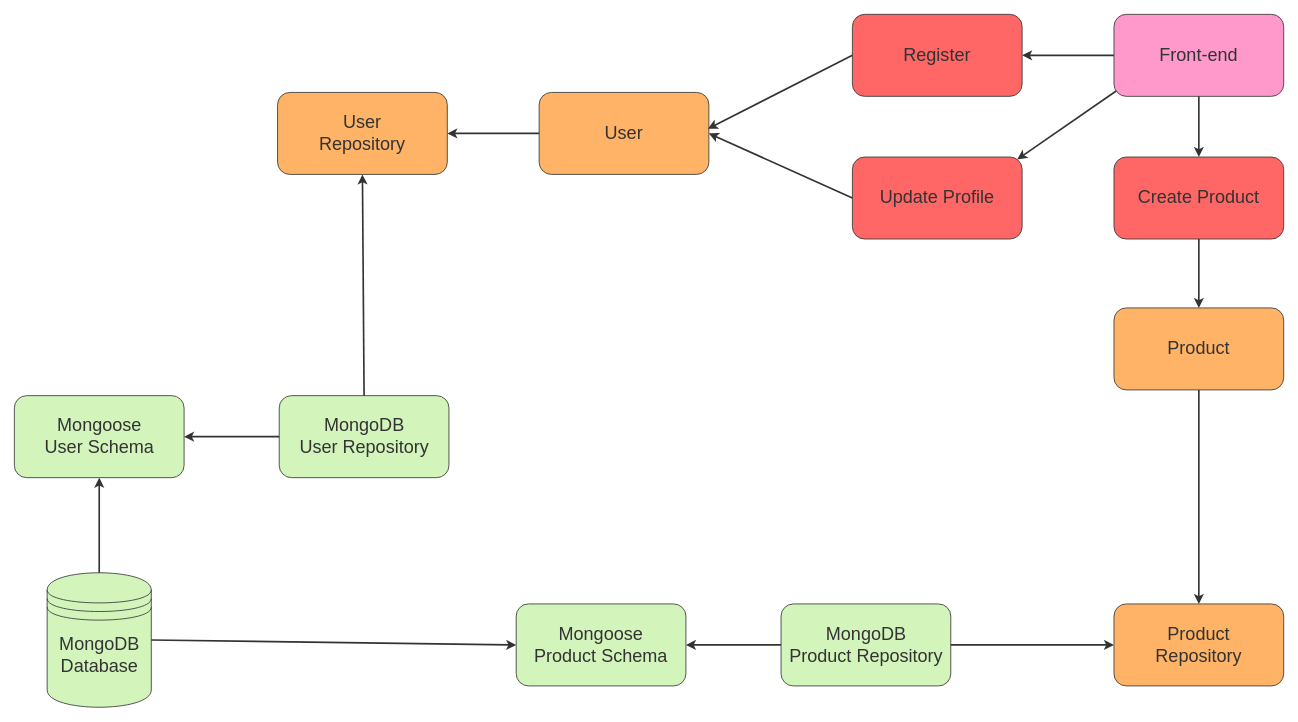
The draw.io diagram docs/diagrams/architecture-with-examples.drawio in MathisJANKOVIC/EatInGreen, before the edit. Source tidied: cells renumbered, new cells numbered last; positions are measured from the earlier drawing's top-left corner, leaving out a move shared by most shapes. Both pictures are drawn from the tidied source at 82%, with x=0, y=0 at pixel (14, 14).
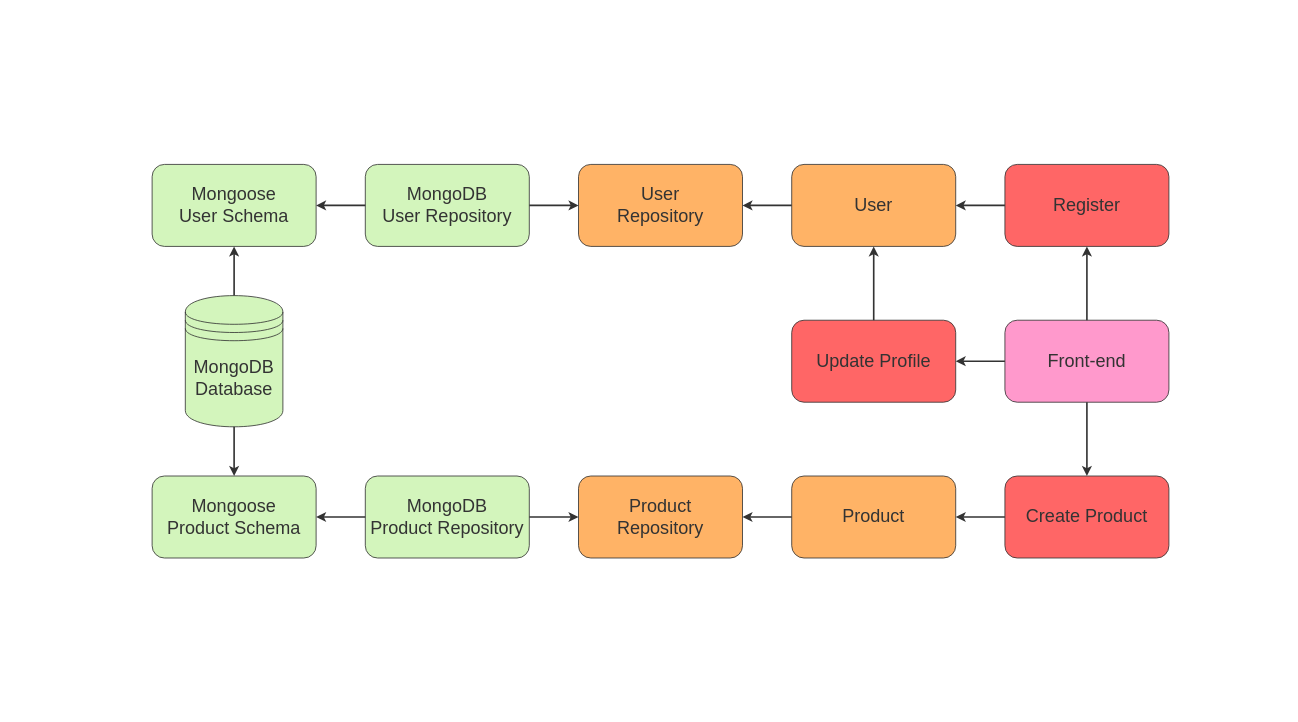
The same diagram, later.

Commit message:
Fix architecture-with-examples

What changed in the source:
```diff
@@
     <mxCell id="2" style="shape=datastore;whiteSpace=wrap;html=1;strokeColor=#333333;fillColor=#D3F5BC;" parent="1" vertex="1">
-      <mxGeometry x="40" y="681" width="127" height="164" as="geometry" />
+      <mxGeometry x="208.5" y="343" width="119" height="160" as="geometry" />
     </mxCell>
     <mxCell id="3" value="&lt;font style=&quot;font-size: 22px;&quot; color=&quot;#333333&quot;&gt;MongoDB Database&lt;/font&gt;" style="text;strokeColor=none;align=center;fillColor=none;html=1;verticalAlign=middle;whiteSpace=wrap;rounded=0;" parent="1" vertex="1">
-      <mxGeometry x="59.5" y="753" width="88" height="58" as="geometry" />
+      <mxGeometry x="224" y="415" width="88" height="58" as="geometry" />
     </mxCell>
-    <mxCell id="4" style="rounded=1;whiteSpace=wrap;html=1;strokeColor=#333333;fontColor=#333333;fillColor=#FF99CC;" parent="1" vertex="1">
-      <mxGeometry x="1341" width="207" height="100" as="geometry" />
+    <mxCell id="4" value="&lt;span style=&quot;font-size: 22px;&quot;&gt;Front-end&lt;/span&gt;" style="rounded=1;whiteSpace=wrap;html=1;strokeColor=#333333;fontColor=#333333;fillColor=#FF99CC;" parent="1" vertex="1">
+      <mxGeometry x="1208" y="373" width="200" height="100" as="geometry" />
     </mxCell>
-    <mxCell id="5" value="&lt;span style=&quot;color: rgb(51, 51, 51);&quot;&gt;&lt;font style=&quot;&quot;&gt;&lt;font style=&quot;font-size: 22px;&quot;&gt;Front-end&lt;/font&gt;&lt;br&gt;&lt;/font&gt;&lt;/span&gt;" style="text;strokeColor=none;align=center;fillColor=none;html=1;verticalAlign=middle;whiteSpace=wrap;rounded=0;dashed=1;dashPattern=8 8;fontSize=18;fontColor=#1A3300;" parent="1" vertex="1">
-      <mxGeometry x="1381.2" y="25.2" width="126.5" height="49.5" as="geometry" />
-    </mxCell>
-    <mxCell id="6" style="rounded=1;whiteSpace=wrap;html=1;strokeColor=#333333;fontColor=#333333;fillColor=#FF6666;" parent="1" vertex="1">
-      <mxGeometry x="1022" width="207" height="100" as="geometry" />
+    <mxCell id="6" value="&lt;span style=&quot;font-size: 22px;&quot;&gt;Register&lt;/span&gt;" style="rounded=1;whiteSpace=wrap;html=1;strokeColor=#333333;fontColor=#333333;fillColor=#FF6666;" parent="1" vertex="1">
+      <mxGeometry x="1208" y="183" width="200" height="100" as="geometry" />
     </mxCell>
-    <mxCell id="7" value="&lt;span style=&quot;color: rgb(51, 51, 51);&quot;&gt;&lt;font style=&quot;&quot;&gt;&lt;span style=&quot;font-size: 22px;&quot;&gt;Register&lt;/span&gt;&lt;br&gt;&lt;/font&gt;&lt;/span&gt;" style="text;strokeColor=none;align=center;fillColor=none;html=1;verticalAlign=middle;whiteSpace=wrap;rounded=0;dashed=1;dashPattern=8 8;fontSize=18;fontColor=#1A3300;" parent="1" vertex="1">
-      <mxGeometry x="1050.1" y="21.2" width="150.8" height="57.5" as="geometry" />
-    </mxCell>
-    <mxCell id="8" style="rounded=1;whiteSpace=wrap;html=1;strokeColor=#333333;fontColor=#333333;fillColor=#FF6666;" parent="1" vertex="1">
-      <mxGeometry x="1022" y="174" width="207" height="100" as="geometry" />
+    <mxCell id="8" value="&lt;span style=&quot;font-size: 22px;&quot;&gt;Update Profile&lt;/span&gt;" style="rounded=1;whiteSpace=wrap;html=1;strokeColor=#333333;fontColor=#333333;fillColor=#FF6666;" parent="1" vertex="1">
+      <mxGeometry x="948" y="373" width="200" height="100" as="geometry" />
     </mxCell>
-    <mxCell id="9" value="&lt;span style=&quot;color: rgb(51, 51, 51);&quot;&gt;&lt;font style=&quot;&quot;&gt;&lt;font style=&quot;font-size: 22px;&quot;&gt;Update Profile&lt;/font&gt;&lt;br&gt;&lt;/font&gt;&lt;/span&gt;" style="text;strokeColor=none;align=center;fillColor=none;html=1;verticalAlign=middle;whiteSpace=wrap;rounded=0;dashed=1;dashPattern=8 8;fontSize=18;fontColor=#1A3300;" parent="1" vertex="1">
-      <mxGeometry x="1050.1" y="195.2" width="150.8" height="57.5" as="geometry" />
-    </mxCell>
-    <mxCell id="10" style="rounded=1;whiteSpace=wrap;html=1;strokeColor=#333333;fontColor=#333333;fillColor=#FF6666;" parent="1" vertex="1">
-      <mxGeometry x="1341" y="174" width="207" height="100" as="geometry" />
+    <mxCell id="10" value="&lt;span style=&quot;font-size: 22px;&quot;&gt;Create Product&lt;/span&gt;" style="rounded=1;whiteSpace=wrap;html=1;strokeColor=#333333;fontColor=#333333;fillColor=#FF6666;" parent="1" vertex="1">
+      <mxGeometry x="1208" y="563" width="200" height="100" as="geometry" />
     </mxCell>
-    <mxCell id="11" value="&lt;span style=&quot;color: rgb(51, 51, 51);&quot;&gt;&lt;font style=&quot;&quot;&gt;&lt;font style=&quot;font-size: 22px;&quot;&gt;Create Product&lt;/font&gt;&lt;br&gt;&lt;/font&gt;&lt;/span&gt;" style="text;strokeColor=none;align=center;fillColor=none;html=1;verticalAlign=middle;whiteSpace=wrap;rounded=0;dashed=1;dashPattern=8 8;fontSize=18;fontColor=#1A3300;" parent="1" vertex="1">
-      <mxGeometry x="1369.1" y="195.2" width="150.8" height="57.5" as="geometry" />
-    </mxCell>
-    <mxCell id="12" style="endArrow=classic;html=1;fontSize=22;entryX=1;entryY=0.5;entryDx=0;entryDy=0;exitX=0;exitY=0.5;exitDx=0;exitDy=0;strokeColor=#333333;strokeWidth=2;" parent="1" edge="1" source="4" target="6">
+    <mxCell id="12" style="endArrow=classic;html=1;fontSize=22;strokeColor=#333333;strokeWidth=2;" parent="1" edge="1" source="4" target="6">
       <mxGeometry relative="1" as="geometry" />
     </mxCell>
-    <mxCell id="13" style="endArrow=classic;html=1;fontSize=22;entryX=0.971;entryY=0.029;entryDx=0;entryDy=0;strokeColor=#333333;strokeWidth=2;entryPerimeter=0;exitX=0.013;exitY=0.935;exitDx=0;exitDy=0;exitPerimeter=0;" parent="1" edge="1" source="4" target="8">
+    <mxCell id="13" style="endArrow=classic;html=1;fontSize=22;strokeColor=#333333;strokeWidth=2;" parent="1" edge="1" source="4" target="8">
       <mxGeometry relative="1" as="geometry" />
     </mxCell>
-    <mxCell id="14" style="endArrow=classic;html=1;fontSize=22;entryX=0.5;entryY=0;entryDx=0;entryDy=0;strokeColor=#333333;strokeWidth=2;exitX=0.5;exitY=1;exitDx=0;exitDy=0;" parent="1" edge="1" source="4" target="10">
+    <mxCell id="14" style="endArrow=classic;html=1;fontSize=22;strokeColor=#333333;strokeWidth=2;" parent="1" edge="1" source="4" target="10">
       <mxGeometry relative="1" as="geometry" />
     </mxCell>
-    <mxCell id="15" style="rounded=1;whiteSpace=wrap;html=1;strokeColor=#333333;fontColor=#333333;fillColor=#FFB366;" parent="1" vertex="1">
-      <mxGeometry x="1341" y="358" width="207" height="100" as="geometry" />
+    <mxCell id="15" value="&lt;span style=&quot;font-size: 22px;&quot;&gt;Product&lt;/span&gt;" style="rounded=1;whiteSpace=wrap;html=1;strokeColor=#333333;fontColor=#333333;fillColor=#FFB366;" parent="1" vertex="1">
+      <mxGeometry x="948" y="563" width="200" height="100" as="geometry" />
     </mxCell>
-    <mxCell id="16" value="&lt;span style=&quot;color: rgb(51, 51, 51);&quot;&gt;&lt;font style=&quot;&quot;&gt;&lt;font style=&quot;font-size: 22px;&quot;&gt;Product&lt;/font&gt;&lt;br&gt;&lt;/font&gt;&lt;/span&gt;" style="text;strokeColor=none;align=center;fillColor=none;html=1;verticalAlign=middle;whiteSpace=wrap;rounded=0;dashed=1;dashPattern=8 8;fontSize=18;fontColor=#1A3300;" parent="1" vertex="1">
-      <mxGeometry x="1369.1" y="379.2" width="150.8" height="57.5" as="geometry" />
-    </mxCell>
-    <mxCell id="17" style="rounded=1;whiteSpace=wrap;html=1;strokeColor=#333333;fontColor=#333333;fillColor=#FFB366;" parent="1" vertex="1">
-      <mxGeometry x="640" y="95.2" width="207" height="100" as="geometry" />
+    <mxCell id="17" value="&lt;span style=&quot;font-size: 22px;&quot;&gt;User&lt;/span&gt;" style="rounded=1;whiteSpace=wrap;html=1;strokeColor=#333333;fontColor=#333333;fillColor=#FFB366;" parent="1" vertex="1">
+      <mxGeometry x="948" y="183" width="200" height="100" as="geometry" />
     </mxCell>
-    <mxCell id="18" value="&lt;span style=&quot;color: rgb(51, 51, 51);&quot;&gt;&lt;font style=&quot;&quot;&gt;&lt;font style=&quot;font-size: 22px;&quot;&gt;User&lt;/font&gt;&lt;br&gt;&lt;/font&gt;&lt;/span&gt;" style="text;strokeColor=none;align=center;fillColor=none;html=1;verticalAlign=middle;whiteSpace=wrap;rounded=0;dashed=1;dashPattern=8 8;fontSize=18;fontColor=#1A3300;" parent="1" vertex="1">
-      <mxGeometry x="668.1" y="116.5" width="150.8" height="57.5" as="geometry" />
-    </mxCell>
-    <mxCell id="19" style="endArrow=classic;html=1;strokeColor=#333333;strokeWidth=2;fontSize=22;exitX=0;exitY=0.5;exitDx=0;exitDy=0;entryX=0.994;entryY=0.443;entryDx=0;entryDy=0;entryPerimeter=0;" parent="1" edge="1" source="6" target="17">
+    <mxCell id="19" style="endArrow=classic;html=1;strokeColor=#333333;strokeWidth=2;fontSize=22;" parent="1" edge="1" source="6" target="17">
       <mxGeometry relative="1" as="geometry" />
     </mxCell>
-    <mxCell id="20" style="endArrow=classic;html=1;strokeColor=#333333;strokeWidth=2;fontSize=22;exitX=0;exitY=0.5;exitDx=0;exitDy=0;entryX=1;entryY=0.5;entryDx=0;entryDy=0;" parent="1" edge="1" source="8" target="17">
+    <mxCell id="20" style="endArrow=classic;html=1;strokeColor=#333333;strokeWidth=2;fontSize=22;" parent="1" edge="1" source="8" target="17">
       <mxGeometry relative="1" as="geometry" />
     </mxCell>
-    <mxCell id="21" style="endArrow=classic;html=1;strokeColor=#333333;strokeWidth=2;fontSize=22;exitX=0.5;exitY=1;exitDx=0;exitDy=0;entryX=0.5;entryY=0;entryDx=0;entryDy=0;" parent="1" edge="1" source="10" target="15">
+    <mxCell id="21" style="endArrow=classic;html=1;strokeColor=#333333;strokeWidth=2;fontSize=22;" parent="1" edge="1" source="10" target="15">
       <mxGeometry relative="1" as="geometry" />
     </mxCell>
-    <mxCell id="22" style="rounded=1;whiteSpace=wrap;html=1;strokeColor=#333333;fontColor=#333333;fillColor=#FFB366;" parent="1" vertex="1">
-      <mxGeometry x="1341" y="719" width="207" height="100" as="geometry" />
+    <mxCell id="22" value="&lt;font style=&quot;font-size: 22px;&quot;&gt;Product&lt;br&gt;&lt;/font&gt;&lt;span style=&quot;font-size: 22px;&quot;&gt;Repository&lt;/span&gt;" style="rounded=1;whiteSpace=wrap;html=1;strokeColor=#333333;fontColor=#333333;fillColor=#FFB366;" parent="1" vertex="1">
+      <mxGeometry x="688" y="563" width="200" height="100" as="geometry" />
     </mxCell>
-    <mxCell id="23" value="&lt;span style=&quot;color: rgb(51, 51, 51);&quot;&gt;&lt;font style=&quot;&quot;&gt;&lt;font style=&quot;font-size: 22px;&quot;&gt;&lt;font style=&quot;&quot;&gt;Product&lt;br&gt;&lt;/font&gt;Repository&lt;/font&gt;&lt;br&gt;&lt;/font&gt;&lt;/span&gt;" style="text;strokeColor=none;align=center;fillColor=none;html=1;verticalAlign=middle;whiteSpace=wrap;rounded=0;dashed=1;dashPattern=8 8;fontSize=18;fontColor=#1A3300;" parent="1" vertex="1">
-      <mxGeometry x="1369.1" y="740.2" width="150.8" height="57.5" as="geometry" />
-    </mxCell>
-    <mxCell id="24" style="rounded=1;whiteSpace=wrap;html=1;strokeColor=#333333;fontColor=#333333;fillColor=#FFB366;" parent="1" vertex="1">
-      <mxGeometry x="321" y="95.2" width="207" height="100" as="geometry" />
+    <mxCell id="24" value="&lt;font style=&quot;font-size: 22px;&quot;&gt;User&lt;br&gt;&lt;/font&gt;&lt;span style=&quot;font-size: 22px;&quot;&gt;Repository&lt;/span&gt;" style="rounded=1;whiteSpace=wrap;html=1;strokeColor=#333333;fontColor=#333333;fillColor=#FFB366;" parent="1" vertex="1">
+      <mxGeometry x="688" y="183" width="200" height="100" as="geometry" />
     </mxCell>
-    <mxCell id="25" value="&lt;span style=&quot;color: rgb(51, 51, 51);&quot;&gt;&lt;font style=&quot;&quot;&gt;&lt;font style=&quot;font-size: 22px;&quot;&gt;&lt;font style=&quot;&quot;&gt;User&lt;br&gt;&lt;/font&gt;Repository&lt;/font&gt;&lt;br&gt;&lt;/font&gt;&lt;/span&gt;" style="text;strokeColor=none;align=center;fillColor=none;html=1;verticalAlign=middle;whiteSpace=wrap;rounded=0;dashed=1;dashPattern=8 8;fontSize=18;fontColor=#1A3300;" parent="1" vertex="1">
-      <mxGeometry x="349.1" y="116.5" width="150.8" height="57.5" as="geometry" />
-    </mxCell>
-    <mxCell id="26" style="endArrow=classic;html=1;strokeColor=#333333;strokeWidth=2;fontSize=22;exitX=0;exitY=0.5;exitDx=0;exitDy=0;entryX=1;entryY=0.5;entryDx=0;entryDy=0;" parent="1" edge="1" source="17" target="24">
+    <mxCell id="26" style="endArrow=classic;html=1;strokeColor=#333333;strokeWidth=2;fontSize=22;" parent="1" edge="1" source="17" target="24">
       <mxGeometry relative="1" as="geometry" />
     </mxCell>
-    <mxCell id="27" style="endArrow=classic;html=1;strokeColor=#333333;strokeWidth=2;fontSize=22;exitX=0.5;exitY=1;exitDx=0;exitDy=0;entryX=0.5;entryY=0;entryDx=0;entryDy=0;" parent="1" edge="1" source="15" target="22">
+    <mxCell id="27" style="endArrow=classic;html=1;strokeColor=#333333;strokeWidth=2;fontSize=22;" parent="1" edge="1" source="15" target="22">
       <mxGeometry relative="1" as="geometry" />
     </mxCell>
-    <mxCell id="28" style="rounded=1;whiteSpace=wrap;html=1;strokeColor=#333333;fontColor=#333333;fillColor=#D3F5BC;" parent="1" vertex="1">
-      <mxGeometry x="323" y="465" width="207" height="100" as="geometry" />
+    <mxCell id="28" value="&lt;font style=&quot;font-size: 22px;&quot;&gt;MongoDB&lt;br&gt;&lt;/font&gt;&lt;span style=&quot;font-size: 22px;&quot;&gt;User Repository&lt;/span&gt;" style="rounded=1;whiteSpace=wrap;html=1;strokeColor=#333333;fontColor=#333333;fillColor=#D3F5BC;" parent="1" vertex="1">
+      <mxGeometry x="428" y="183" width="200" height="100" as="geometry" />
     </mxCell>
-    <mxCell id="29" value="&lt;span style=&quot;color: rgb(51, 51, 51);&quot;&gt;&lt;font style=&quot;&quot;&gt;&lt;font style=&quot;font-size: 22px;&quot;&gt;&lt;font style=&quot;&quot;&gt;MongoDB&lt;br&gt;&lt;/font&gt;User Repository&lt;/font&gt;&lt;br&gt;&lt;/font&gt;&lt;/span&gt;" style="text;strokeColor=none;align=center;fillColor=none;html=1;verticalAlign=middle;whiteSpace=wrap;rounded=0;dashed=1;dashPattern=8 8;fontSize=18;fontColor=#1A3300;" parent="1" vertex="1">
-      <mxGeometry x="343.5" y="486.2" width="166" height="57.5" as="geometry" />
-    </mxCell>
-    <mxCell id="30" style="rounded=1;whiteSpace=wrap;html=1;strokeColor=#333333;fontColor=#333333;fillColor=#D3F5BC;" parent="1" vertex="1">
-      <mxGeometry y="465" width="207" height="100" as="geometry" />
+    <mxCell id="30" value="&lt;span style=&quot;font-size: 22px;&quot;&gt;Mongoose&lt;/span&gt;&lt;br style=&quot;font-size: 22px;&quot;&gt;&lt;span style=&quot;font-size: 22px;&quot;&gt;User Schema&lt;/span&gt;" style="rounded=1;whiteSpace=wrap;html=1;strokeColor=#333333;fontColor=#333333;fillColor=#D3F5BC;" parent="1" vertex="1">
+      <mxGeometry x="168" y="183" width="200" height="100" as="geometry" />
     </mxCell>
-    <mxCell id="31" value="&lt;span style=&quot;color: rgb(51, 51, 51);&quot;&gt;&lt;font style=&quot;&quot;&gt;&lt;font style=&quot;font-size: 22px;&quot;&gt;Mongoose &lt;br&gt;User Schema&lt;/font&gt;&lt;br&gt;&lt;/font&gt;&lt;/span&gt;" style="text;strokeColor=none;align=center;fillColor=none;html=1;verticalAlign=middle;whiteSpace=wrap;rounded=0;dashed=1;dashPattern=8 8;fontSize=18;fontColor=#1A3300;" parent="1" vertex="1">
-      <mxGeometry x="29.5" y="486.2" width="148" height="57.5" as="geometry" />
-    </mxCell>
-    <mxCell id="32" style="rounded=1;whiteSpace=wrap;html=1;strokeColor=#333333;fontColor=#333333;fillColor=#D3F5BC;" parent="1" vertex="1">
-      <mxGeometry x="935" y="719" width="207" height="100" as="geometry" />
+    <mxCell id="32" value="&lt;font style=&quot;font-size: 22px;&quot;&gt;MongoDB&lt;br&gt;&lt;/font&gt;&lt;span style=&quot;font-size: 22px;&quot;&gt;Product Repository&lt;/span&gt;" style="rounded=1;whiteSpace=wrap;html=1;strokeColor=#333333;fontColor=#333333;fillColor=#D3F5BC;" parent="1" vertex="1">
+      <mxGeometry x="428" y="563" width="200" height="100" as="geometry" />
     </mxCell>
-    <mxCell id="33" value="&lt;span style=&quot;color: rgb(51, 51, 51);&quot;&gt;&lt;font style=&quot;&quot;&gt;&lt;font style=&quot;font-size: 22px;&quot;&gt;&lt;font style=&quot;&quot;&gt;MongoDB&lt;br&gt;&lt;/font&gt;Product Repository&lt;/font&gt;&lt;br&gt;&lt;/font&gt;&lt;/span&gt;" style="text;strokeColor=none;align=center;fillColor=none;html=1;verticalAlign=middle;whiteSpace=wrap;rounded=0;dashed=1;dashPattern=8 8;fontSize=18;fontColor=#1A3300;" parent="1" vertex="1">
-      <mxGeometry x="942.8" y="740.2" width="191.5" height="57.5" as="geometry" />
-    </mxCell>
-    <mxCell id="34" style="rounded=1;whiteSpace=wrap;html=1;strokeColor=#333333;fontColor=#333333;fillColor=#D3F5BC;" parent="1" vertex="1">
-      <mxGeometry x="612" y="719" width="207" height="100" as="geometry" />
+    <mxCell id="34" value="&lt;span style=&quot;font-size: 22px;&quot;&gt;Mongoose&lt;/span&gt;&lt;br style=&quot;font-size: 22px;&quot;&gt;&lt;span style=&quot;font-size: 22px;&quot;&gt;Product Schema&lt;/span&gt;" style="rounded=1;whiteSpace=wrap;html=1;strokeColor=#333333;fontColor=#333333;fillColor=#D3F5BC;" parent="1" vertex="1">
+      <mxGeometry x="168" y="563" width="200" height="100" as="geometry" />
     </mxCell>
-    <mxCell id="35" value="&lt;span style=&quot;color: rgb(51, 51, 51);&quot;&gt;&lt;font style=&quot;&quot;&gt;&lt;font style=&quot;font-size: 22px;&quot;&gt;Mongoose &lt;br&gt;Product Schema&lt;/font&gt;&lt;br&gt;&lt;/font&gt;&lt;/span&gt;" style="text;strokeColor=none;align=center;fillColor=none;html=1;verticalAlign=middle;whiteSpace=wrap;rounded=0;dashed=1;dashPattern=8 8;fontSize=18;fontColor=#1A3300;" parent="1" vertex="1">
-      <mxGeometry x="632" y="740.2" width="167" height="57.5" as="geometry" />
-    </mxCell>
-    <mxCell id="36" style="endArrow=classic;html=1;strokeColor=#333333;strokeWidth=2;fontSize=22;exitX=0;exitY=0.5;exitDx=0;exitDy=0;entryX=1;entryY=0.5;entryDx=0;entryDy=0;" parent="1" edge="1" source="32" target="34">
+    <mxCell id="36" style="endArrow=classic;html=1;strokeColor=#333333;strokeWidth=2;fontSize=22;" parent="1" edge="1" source="32" target="34">
       <mxGeometry relative="1" as="geometry" />
     </mxCell>
-    <mxCell id="37" style="endArrow=classic;html=1;strokeColor=#333333;strokeWidth=2;fontSize=22;exitX=0;exitY=0.5;exitDx=0;exitDy=0;entryX=1;entryY=0.5;entryDx=0;entryDy=0;" parent="1" edge="1" source="28" target="30">
+    <mxCell id="37" style="endArrow=classic;html=1;strokeColor=#333333;strokeWidth=2;fontSize=22;" parent="1" edge="1" source="28" target="30">
       <mxGeometry relative="1" as="geometry" />
     </mxCell>
-    <mxCell id="38" style="endArrow=classic;html=1;strokeColor=#333333;strokeWidth=2;fontSize=22;entryX=0;entryY=0.5;entryDx=0;entryDy=0;exitX=1;exitY=0.5;exitDx=0;exitDy=0;" parent="1" edge="1" source="32" target="22">
+    <mxCell id="38" style="endArrow=classic;html=1;strokeColor=#333333;strokeWidth=2;fontSize=22;" parent="1" edge="1" source="32" target="22">
       <mxGeometry relative="1" as="geometry" />
     </mxCell>
-    <mxCell id="39" style="endArrow=classic;html=1;strokeColor=#333333;strokeWidth=2;fontSize=22;exitX=1;exitY=0.5;exitDx=0;exitDy=0;entryX=0;entryY=0.5;entryDx=0;entryDy=0;" parent="1" edge="1" source="2" target="34">
+    <mxCell id="39" style="endArrow=classic;html=1;strokeColor=#333333;strokeWidth=2;fontSize=22;" parent="1" edge="1" source="2" target="34">
       <mxGeometry relative="1" as="geometry" />
     </mxCell>
-    <mxCell id="40" style="endArrow=classic;html=1;strokeColor=#333333;strokeWidth=2;fontSize=22;exitX=0.5;exitY=0;exitDx=0;exitDy=0;entryX=0.5;entryY=1;entryDx=0;entryDy=0;" parent="1" edge="1" source="2" target="30">
+    <mxCell id="40" style="endArrow=classic;html=1;strokeColor=#333333;strokeWidth=2;fontSize=22;" parent="1" edge="1" source="2" target="30">
       <mxGeometry relative="1" as="geometry" />
     </mxCell>
-    <mxCell id="41" style="endArrow=classic;html=1;strokeColor=#333333;strokeWidth=2;fontSize=22;entryX=0.5;entryY=1;entryDx=0;entryDy=0;exitX=0.5;exitY=0;exitDx=0;exitDy=0;" parent="1" edge="1" source="28" target="24">
+    <mxCell id="41" style="endArrow=classic;html=1;strokeColor=#333333;strokeWidth=2;fontSize=22;" parent="1" edge="1" source="28" target="24">
       <mxGeometry relative="1" as="geometry" />
     </mxCell>
```
